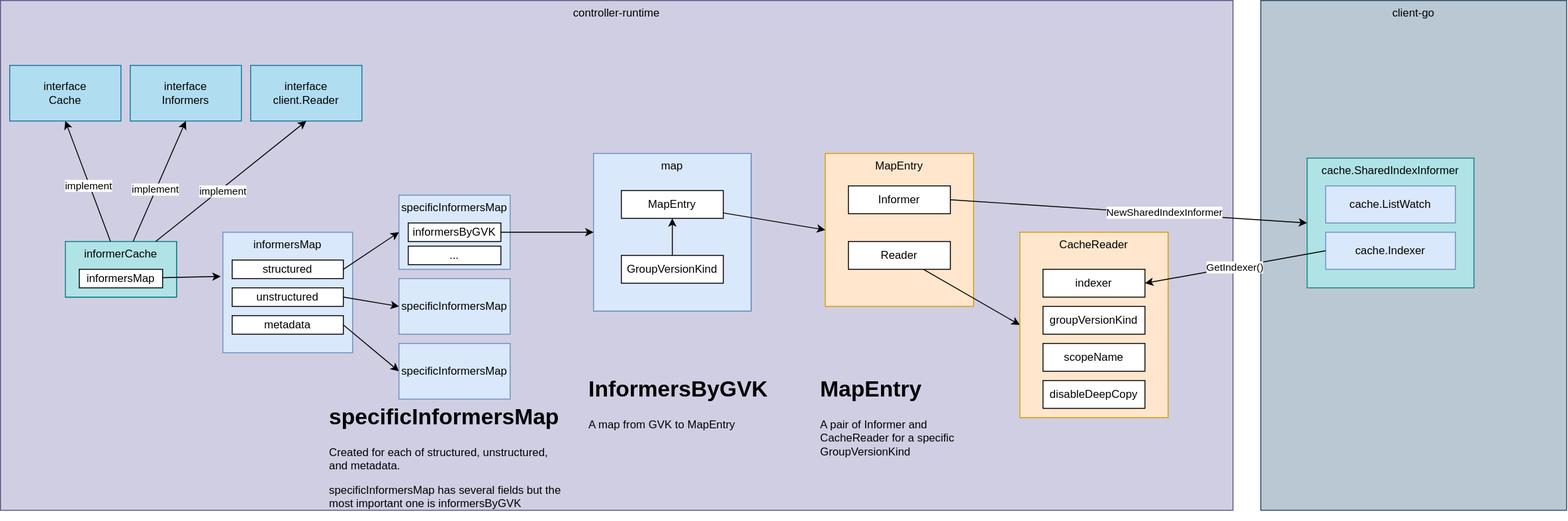
Earlier version of the draw.io export contents/kubernetes-operator/controller-runtime/cache/diagram.drawio.svg (nakamasato/kubernetes-training). Source tidied: cells renumbered, new cells last; positions are measured from the earlier drawing's top-left corner, leaving out a move shared by most shapes. Its diagram source:
```xml
<mxGraphModel>
  <root>
    <mxCell id="0" />
    <mxCell id="1" parent="0" />
    <mxCell id="2" value="client-go" style="rounded=0;whiteSpace=wrap;html=1;verticalAlign=top;fillColor=#bac8d3;strokeColor=#23445d;" parent="1" vertex="1">
      <mxGeometry x="1360" width="330" height="550" as="geometry" />
    </mxCell>
    <mxCell id="3" value="controller-runtime" style="rounded=0;whiteSpace=wrap;html=1;verticalAlign=top;fillColor=#d0cee2;strokeColor=#56517e;" parent="1" vertex="1">
      <mxGeometry width="1330" height="550" as="geometry" />
    </mxCell>
    <mxCell id="4" value="informersMap" style="rounded=0;whiteSpace=wrap;html=1;verticalAlign=top;fillColor=#dae8fc;strokeColor=#6c8ebf;" parent="1" vertex="1">
      <mxGeometry x="240" y="250" width="140" height="130" as="geometry" />
    </mxCell>
    <mxCell id="5" value="specificInformersMap" style="rounded=0;whiteSpace=wrap;html=1;verticalAlign=top;fillColor=#dae8fc;strokeColor=#6c8ebf;" parent="1" vertex="1">
      <mxGeometry x="430" y="210" width="120" height="80" as="geometry" />
    </mxCell>
    <mxCell id="6" style="edgeStyle=none;html=1;entryX=0;entryY=0.5;entryDx=0;entryDy=0;exitX=1;exitY=0.5;exitDx=0;exitDy=0;" parent="1" edge="1" source="7" target="5">
      <mxGeometry relative="1" as="geometry" />
    </mxCell>
    <mxCell id="7" value="structured" style="rounded=0;whiteSpace=wrap;html=1;" parent="1" vertex="1">
      <mxGeometry x="250" y="280" width="120" height="20" as="geometry" />
    </mxCell>
    <mxCell id="8" style="edgeStyle=none;html=1;entryX=0;entryY=0.5;entryDx=0;entryDy=0;exitX=1;exitY=0.5;exitDx=0;exitDy=0;" parent="1" edge="1" source="9" target="12">
      <mxGeometry relative="1" as="geometry" />
    </mxCell>
    <mxCell id="9" value="unstructured" style="rounded=0;whiteSpace=wrap;html=1;" parent="1" vertex="1">
      <mxGeometry x="250" y="310" width="120" height="20" as="geometry" />
    </mxCell>
    <mxCell id="10" style="edgeStyle=none;html=1;entryX=0;entryY=0.5;entryDx=0;entryDy=0;exitX=1;exitY=0.5;exitDx=0;exitDy=0;" parent="1" edge="1" source="11" target="13">
      <mxGeometry relative="1" as="geometry" />
    </mxCell>
    <mxCell id="11" value="metadata" style="rounded=0;whiteSpace=wrap;html=1;" parent="1" vertex="1">
      <mxGeometry x="250" y="340" width="120" height="20" as="geometry" />
    </mxCell>
    <mxCell id="12" value="specificInformersMap" style="rounded=0;whiteSpace=wrap;html=1;fillColor=#dae8fc;strokeColor=#6c8ebf;" parent="1" vertex="1">
      <mxGeometry x="430" y="300" width="120" height="60" as="geometry" />
    </mxCell>
    <mxCell id="13" value="specificInformersMap" style="rounded=0;whiteSpace=wrap;html=1;fillColor=#dae8fc;strokeColor=#6c8ebf;" parent="1" vertex="1">
      <mxGeometry x="430" y="370" width="120" height="60" as="geometry" />
    </mxCell>
    <mxCell id="14" value="informersByGVK" style="rounded=0;whiteSpace=wrap;html=1;" parent="1" vertex="1">
      <mxGeometry x="440" y="240" width="100" height="20" as="geometry" />
    </mxCell>
    <mxCell id="15" value="x" style="group;fillColor=#dae8fc;strokeColor=#6c8ebf;" parent="1" vertex="1">
      <mxGeometry x="640" y="165" width="170" height="170" as="geometry" />
    </mxCell>
    <mxCell id="16" value="map" style="rounded=0;whiteSpace=wrap;html=1;verticalAlign=top;fillColor=#dae8fc;strokeColor=#6c8ebf;" parent="15" vertex="1">
      <mxGeometry width="170" height="170" as="geometry" />
    </mxCell>
    <mxCell id="17" value="MapEntry" style="rounded=0;whiteSpace=wrap;html=1;" parent="15" vertex="1">
      <mxGeometry x="30" y="40" width="110" height="30" as="geometry" />
    </mxCell>
    <mxCell id="18" value="GroupVersionKind" style="rounded=0;whiteSpace=wrap;html=1;" parent="15" vertex="1">
      <mxGeometry x="30" y="110" width="110" height="30" as="geometry" />
    </mxCell>
    <mxCell id="19" style="edgeStyle=none;html=1;entryX=0;entryY=0.5;entryDx=0;entryDy=0;exitX=1;exitY=0.5;exitDx=0;exitDy=0;" parent="15" edge="1" source="14" target="16">
      <mxGeometry relative="1" as="geometry" />
    </mxCell>
    <mxCell id="20" style="edgeStyle=none;html=1;" parent="15" edge="1" source="18" target="17">
      <mxGeometry relative="1" as="geometry" />
    </mxCell>
    <mxCell id="21" value="MapEntry" style="rounded=0;whiteSpace=wrap;html=1;verticalAlign=top;fillColor=#ffe6cc;strokeColor=#d79b00;" parent="1" vertex="1">
      <mxGeometry x="890" y="165" width="160" height="165" as="geometry" />
    </mxCell>
    <mxCell id="22" style="edgeStyle=none;html=1;entryX=0;entryY=0.5;entryDx=0;entryDy=0;exitX=1;exitY=0.5;exitDx=0;exitDy=0;" parent="1" edge="1" source="24" target="33">
      <mxGeometry relative="1" as="geometry" />
    </mxCell>
    <mxCell id="23" value="NewSharedIndexInformer" style="edgeLabel;html=1;align=center;verticalAlign=middle;" parent="22" vertex="1">
      <mxGeometry x="0.2" y="1" relative="1" as="geometry" />
    </mxCell>
    <mxCell id="24" value="Informer" style="rounded=0;whiteSpace=wrap;html=1;" parent="1" vertex="1">
      <mxGeometry x="915" y="200" width="110" height="30" as="geometry" />
    </mxCell>
    <mxCell id="25" style="edgeStyle=none;html=1;entryX=0;entryY=0.5;entryDx=0;entryDy=0;" parent="1" edge="1" source="26" target="28">
      <mxGeometry relative="1" as="geometry" />
    </mxCell>
    <mxCell id="26" value="Reader" style="rounded=0;whiteSpace=wrap;html=1;" parent="1" vertex="1">
      <mxGeometry x="915" y="260" width="110" height="30" as="geometry" />
    </mxCell>
    <mxCell id="27" style="edgeStyle=none;html=1;entryX=0;entryY=0.5;entryDx=0;entryDy=0;" parent="1" edge="1" source="17" target="21">
      <mxGeometry relative="1" as="geometry" />
    </mxCell>
    <mxCell id="28" value="CacheReader" style="rounded=0;whiteSpace=wrap;html=1;verticalAlign=top;fillColor=#ffe6cc;strokeColor=#d79b00;" parent="1" vertex="1">
      <mxGeometry x="1100" y="250" width="160" height="200" as="geometry" />
    </mxCell>
    <mxCell id="29" value="indexer" style="rounded=0;whiteSpace=wrap;html=1;" parent="1" vertex="1">
      <mxGeometry x="1125" y="290" width="110" height="30" as="geometry" />
    </mxCell>
    <mxCell id="30" value="groupVersionKind" style="rounded=0;whiteSpace=wrap;html=1;" parent="1" vertex="1">
      <mxGeometry x="1125" y="330" width="110" height="30" as="geometry" />
    </mxCell>
    <mxCell id="31" value="scopeName" style="rounded=0;whiteSpace=wrap;html=1;" parent="1" vertex="1">
      <mxGeometry x="1125" y="370" width="110" height="30" as="geometry" />
    </mxCell>
    <mxCell id="32" value="disableDeepCopy" style="rounded=0;whiteSpace=wrap;html=1;" parent="1" vertex="1">
      <mxGeometry x="1125" y="410" width="110" height="30" as="geometry" />
    </mxCell>
    <mxCell id="33" value="cache.SharedIndexInformer" style="rounded=0;whiteSpace=wrap;html=1;verticalAlign=top;fillColor=#b0e3e6;strokeColor=#0e8088;" parent="1" vertex="1">
      <mxGeometry x="1410" y="170" width="180" height="140" as="geometry" />
    </mxCell>
    <mxCell id="34" value="cache.Indexer" style="rounded=0;whiteSpace=wrap;html=1;verticalAlign=middle;fillColor=#dae8fc;strokeColor=#6c8ebf;" parent="1" vertex="1">
      <mxGeometry x="1430" y="250" width="140" height="40" as="geometry" />
    </mxCell>
    <mxCell id="35" style="group;fillColor=#b0e3e6;strokeColor=#0e8088;" parent="1" vertex="1">
      <mxGeometry x="70" y="260" width="120" height="60" as="geometry" />
    </mxCell>
    <mxCell id="36" value="informerCache" style="rounded=0;whiteSpace=wrap;html=1;verticalAlign=top;fillColor=#b0e3e6;strokeColor=#0e8088;" parent="35" vertex="1">
      <mxGeometry width="120" height="60" as="geometry" />
    </mxCell>
    <mxCell id="37" value="informersMap" style="rounded=0;whiteSpace=wrap;html=1;" parent="35" vertex="1">
      <mxGeometry x="15" y="30" width="90" height="20" as="geometry" />
    </mxCell>
    <mxCell id="38" style="edgeStyle=none;html=1;entryX=-0.017;entryY=0.367;entryDx=0;entryDy=0;entryPerimeter=0;" parent="1" edge="1" source="37" target="4">
      <mxGeometry relative="1" as="geometry" />
    </mxCell>
    <mxCell id="39" value="interface&lt;br&gt;Cache" style="rounded=0;whiteSpace=wrap;html=1;fillColor=#b1ddf0;strokeColor=#10739e;" parent="1" vertex="1">
      <mxGeometry x="10" y="70" width="120" height="60" as="geometry" />
    </mxCell>
    <mxCell id="40" value="interface&lt;br&gt;Informers" style="rounded=0;whiteSpace=wrap;html=1;fillColor=#b1ddf0;strokeColor=#10739e;" parent="1" vertex="1">
      <mxGeometry x="140" y="70" width="120" height="60" as="geometry" />
    </mxCell>
    <mxCell id="41" value="interface&lt;br&gt;client.Reader" style="rounded=0;whiteSpace=wrap;html=1;fillColor=#b1ddf0;strokeColor=#10739e;" parent="1" vertex="1">
      <mxGeometry x="270" y="70" width="120" height="60" as="geometry" />
    </mxCell>
    <mxCell id="42" style="edgeStyle=none;html=1;entryX=0.5;entryY=1;entryDx=0;entryDy=0;" parent="1" edge="1" source="36" target="40">
      <mxGeometry relative="1" as="geometry" />
    </mxCell>
    <mxCell id="43" value="implement" style="edgeLabel;html=1;align=center;verticalAlign=middle;" parent="42" vertex="1">
      <mxGeometry x="-0.14" y="1" relative="1" as="geometry" />
    </mxCell>
    <mxCell id="44" style="edgeStyle=none;html=1;entryX=0.5;entryY=1;entryDx=0;entryDy=0;" parent="1" edge="1" source="36" target="39">
      <mxGeometry relative="1" as="geometry" />
    </mxCell>
    <mxCell id="45" value="implement" style="edgeLabel;html=1;align=center;verticalAlign=middle;" parent="44" vertex="1">
      <mxGeometry x="-0.06" y="1" relative="1" as="geometry" />
    </mxCell>
    <mxCell id="46" style="edgeStyle=none;html=1;entryX=0.5;entryY=1;entryDx=0;entryDy=0;" parent="1" edge="1" source="36" target="41">
      <mxGeometry relative="1" as="geometry" />
    </mxCell>
    <mxCell id="47" value="implement" style="edgeLabel;html=1;align=center;verticalAlign=middle;" parent="46" vertex="1">
      <mxGeometry x="-0.13" y="-2" relative="1" as="geometry" />
    </mxCell>
    <mxCell id="48" value="..." style="rounded=0;whiteSpace=wrap;html=1;" parent="1" vertex="1">
      <mxGeometry x="440" y="265" width="100" height="20" as="geometry" />
    </mxCell>
    <mxCell id="49" value="&lt;h1&gt;MapEntry&lt;/h1&gt;&lt;p&gt;A pair of Informer and CacheReader for a specific GroupVersionKind&lt;/p&gt;" style="text;html=1;strokeColor=none;fillColor=none;spacing=5;spacingTop=-20;whiteSpace=wrap;overflow=hidden;rounded=0;" parent="1" vertex="1">
      <mxGeometry x="880" y="400" width="190" height="120" as="geometry" />
    </mxCell>
    <mxCell id="50" value="&lt;h1&gt;InformersByGVK&lt;/h1&gt;&lt;p&gt;A map from GVK to MapEntry&lt;/p&gt;" style="text;html=1;strokeColor=none;fillColor=none;spacing=5;spacingTop=-20;whiteSpace=wrap;overflow=hidden;rounded=0;" parent="1" vertex="1">
      <mxGeometry x="630" y="400" width="210" height="100" as="geometry" />
    </mxCell>
    <mxCell id="51" value="&lt;h1&gt;specificInformersMap&lt;/h1&gt;&lt;p&gt;Created for each of structured, unstructured, and metadata.&lt;/p&gt;&lt;p&gt;specificInformersMap has several fields but the most important one is informersByGVK&lt;/p&gt;" style="text;html=1;strokeColor=none;fillColor=none;spacing=5;spacingTop=-20;whiteSpace=wrap;overflow=hidden;rounded=0;" parent="1" vertex="1">
      <mxGeometry x="350" y="430" width="260" height="130" as="geometry" />
    </mxCell>
    <mxCell id="52" value="GetIndexer()" style="edgeStyle=none;html=1;entryX=1;entryY=0.5;entryDx=0;entryDy=0;exitX=0;exitY=0.5;exitDx=0;exitDy=0;" parent="1" edge="1" source="34" target="29">
      <mxGeometry relative="1" as="geometry" />
    </mxCell>
    <mxCell id="53" value="cache.ListWatch" style="rounded=0;whiteSpace=wrap;html=1;verticalAlign=middle;fillColor=#dae8fc;strokeColor=#6c8ebf;" parent="1" vertex="1">
      <mxGeometry x="1430" y="200" width="140" height="40" as="geometry" />
    </mxCell>
  </root>
</mxGraphModel>
```
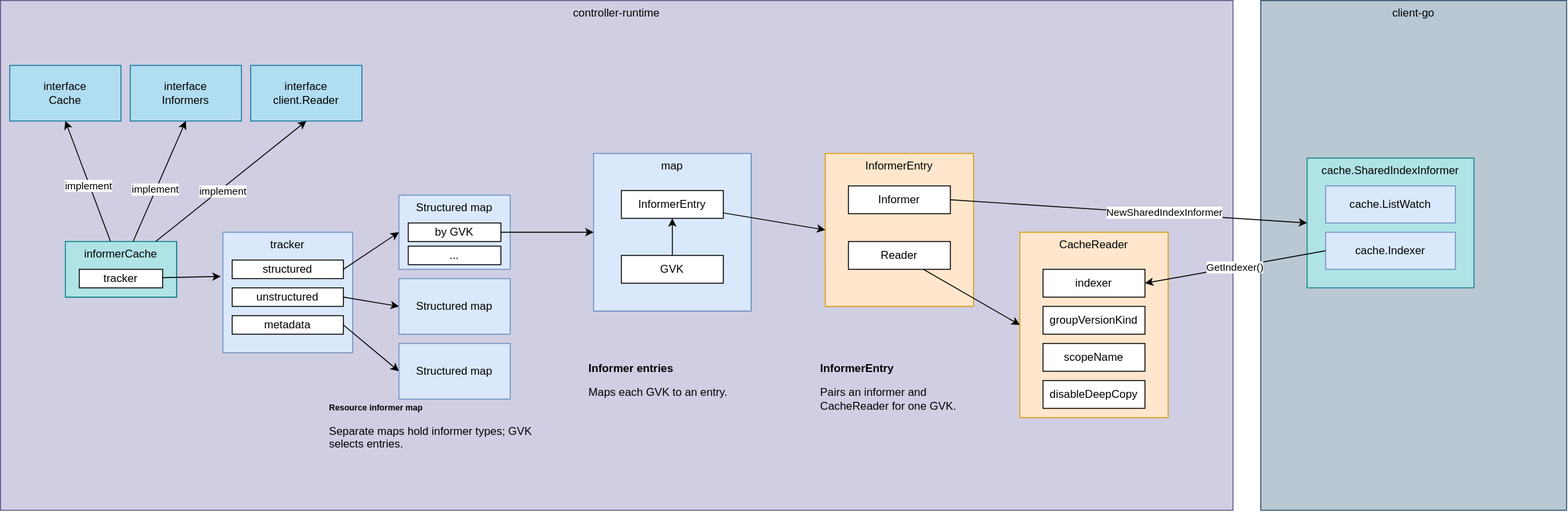
Above is the later version.

What changed in the source:
```diff
@@ -8,10 +8,10 @@
     <mxCell id="3" value="controller-runtime" style="rounded=0;whiteSpace=wrap;html=1;verticalAlign=top;fillColor=#d0cee2;strokeColor=#56517e;" parent="1" vertex="1">
       <mxGeometry width="1330" height="550" as="geometry" />
     </mxCell>
-    <mxCell id="4" value="informersMap" style="rounded=0;whiteSpace=wrap;html=1;verticalAlign=top;fillColor=#dae8fc;strokeColor=#6c8ebf;" parent="1" vertex="1">
+    <mxCell id="4" value="tracker" style="rounded=0;whiteSpace=wrap;html=1;verticalAlign=top;fillColor=#dae8fc;strokeColor=#6c8ebf;" parent="1" vertex="1">
       <mxGeometry x="240" y="250" width="140" height="130" as="geometry" />
     </mxCell>
-    <mxCell id="5" value="specificInformersMap" style="rounded=0;whiteSpace=wrap;html=1;verticalAlign=top;fillColor=#dae8fc;strokeColor=#6c8ebf;" parent="1" vertex="1">
+    <mxCell id="5" value="Structured map" style="rounded=0;whiteSpace=wrap;html=1;verticalAlign=top;fillColor=#dae8fc;strokeColor=#6c8ebf;" parent="1" vertex="1">
       <mxGeometry x="430" y="210" width="120" height="80" as="geometry" />
     </mxCell>
     <mxCell id="6" style="edgeStyle=none;html=1;entryX=0;entryY=0.5;entryDx=0;entryDy=0;exitX=1;exitY=0.5;exitDx=0;exitDy=0;" parent="1" edge="1" source="7" target="5">
@@ -32,13 +32,13 @@
     <mxCell id="11" value="metadata" style="rounded=0;whiteSpace=wrap;html=1;" parent="1" vertex="1">
       <mxGeometry x="250" y="340" width="120" height="20" as="geometry" />
     </mxCell>
-    <mxCell id="12" value="specificInformersMap" style="rounded=0;whiteSpace=wrap;html=1;fillColor=#dae8fc;strokeColor=#6c8ebf;" parent="1" vertex="1">
+    <mxCell id="12" value="Unstructured map" style="rounded=0;whiteSpace=wrap;html=1;fillColor=#dae8fc;strokeColor=#6c8ebf;" parent="1" vertex="1">
       <mxGeometry x="430" y="300" width="120" height="60" as="geometry" />
     </mxCell>
-    <mxCell id="13" value="specificInformersMap" style="rounded=0;whiteSpace=wrap;html=1;fillColor=#dae8fc;strokeColor=#6c8ebf;" parent="1" vertex="1">
+    <mxCell id="13" value="Metadata map" style="rounded=0;whiteSpace=wrap;html=1;fillColor=#dae8fc;strokeColor=#6c8ebf;" parent="1" vertex="1">
       <mxGeometry x="430" y="370" width="120" height="60" as="geometry" />
     </mxCell>
-    <mxCell id="14" value="informersByGVK" style="rounded=0;whiteSpace=wrap;html=1;" parent="1" vertex="1">
+    <mxCell id="14" value="by GVK" style="rounded=0;whiteSpace=wrap;html=1;" parent="1" vertex="1">
       <mxGeometry x="440" y="240" width="100" height="20" as="geometry" />
     </mxCell>
     <mxCell id="15" value="x" style="group;fillColor=#dae8fc;strokeColor=#6c8ebf;" parent="1" vertex="1">
@@ -47,10 +47,10 @@
     <mxCell id="16" value="map" style="rounded=0;whiteSpace=wrap;html=1;verticalAlign=top;fillColor=#dae8fc;strokeColor=#6c8ebf;" parent="15" vertex="1">
       <mxGeometry width="170" height="170" as="geometry" />
     </mxCell>
-    <mxCell id="17" value="MapEntry" style="rounded=0;whiteSpace=wrap;html=1;" parent="15" vertex="1">
+    <mxCell id="17" value="Informer + Reader" style="rounded=0;whiteSpace=wrap;html=1;" parent="15" vertex="1">
       <mxGeometry x="30" y="40" width="110" height="30" as="geometry" />
     </mxCell>
-    <mxCell id="18" value="GroupVersionKind" style="rounded=0;whiteSpace=wrap;html=1;" parent="15" vertex="1">
+    <mxCell id="18" value="GVK" style="rounded=0;whiteSpace=wrap;html=1;" parent="15" vertex="1">
       <mxGeometry x="30" y="110" width="110" height="30" as="geometry" />
     </mxCell>
     <mxCell id="19" style="edgeStyle=none;html=1;entryX=0;entryY=0.5;entryDx=0;entryDy=0;exitX=1;exitY=0.5;exitDx=0;exitDy=0;" parent="15" edge="1" source="14" target="16">
@@ -59,7 +59,7 @@
     <mxCell id="20" style="edgeStyle=none;html=1;" parent="15" edge="1" source="18" target="17">
       <mxGeometry relative="1" as="geometry" />
     </mxCell>
-    <mxCell id="21" value="MapEntry" style="rounded=0;whiteSpace=wrap;html=1;verticalAlign=top;fillColor=#ffe6cc;strokeColor=#d79b00;" parent="1" vertex="1">
+    <mxCell id="21" value="Informer + Reader" style="rounded=0;whiteSpace=wrap;html=1;verticalAlign=top;fillColor=#ffe6cc;strokeColor=#d79b00;" parent="1" vertex="1">
       <mxGeometry x="890" y="165" width="160" height="165" as="geometry" />
     </mxCell>
     <mxCell id="22" style="edgeStyle=none;html=1;entryX=0;entryY=0.5;entryDx=0;entryDy=0;exitX=1;exitY=0.5;exitDx=0;exitDy=0;" parent="1" edge="1" source="24" target="33">
@@ -143,13 +143,13 @@
     <mxCell id="48" value="..." style="rounded=0;whiteSpace=wrap;html=1;" parent="1" vertex="1">
       <mxGeometry x="440" y="265" width="100" height="20" as="geometry" />
     </mxCell>
-    <mxCell id="49" value="&lt;h1&gt;MapEntry&lt;/h1&gt;&lt;p&gt;A pair of Informer and CacheReader for a specific GroupVersionKind&lt;/p&gt;" style="text;html=1;strokeColor=none;fillColor=none;spacing=5;spacingTop=-20;whiteSpace=wrap;overflow=hidden;rounded=0;" parent="1" vertex="1">
+    <mxCell id="49" value="&lt;div style=&quot;font-size:12px;font-weight:bold;line-height:1.2;margin:0 0 4px 0;&quot;&gt;Informer entry&lt;/div&gt;&lt;p&gt;Pairs an informer and CacheReader for one GVK.&lt;/p&gt;" style="text;html=1;strokeColor=none;fillColor=none;spacing=5;spacingTop=-20;whiteSpace=wrap;overflow=hidden;rounded=0;" parent="1" vertex="1">
       <mxGeometry x="880" y="400" width="190" height="120" as="geometry" />
     </mxCell>
-    <mxCell id="50" value="&lt;h1&gt;InformersByGVK&lt;/h1&gt;&lt;p&gt;A map from GVK to MapEntry&lt;/p&gt;" style="text;html=1;strokeColor=none;fillColor=none;spacing=5;spacingTop=-20;whiteSpace=wrap;overflow=hidden;rounded=0;" parent="1" vertex="1">
+    <mxCell id="50" value="GVK to entry" style="text;html=1;strokeColor=none;fillColor=none;spacing=5;spacingTop=-20;whiteSpace=wrap;overflow=hidden;rounded=0;" parent="1" vertex="1">
       <mxGeometry x="630" y="400" width="210" height="100" as="geometry" />
     </mxCell>
-    <mxCell id="51" value="&lt;h1&gt;specificInformersMap&lt;/h1&gt;&lt;p&gt;Created for each of structured, unstructured, and metadata.&lt;/p&gt;&lt;p&gt;specificInformersMap has several fields but the most important one is informersByGVK&lt;/p&gt;" style="text;html=1;strokeColor=none;fillColor=none;spacing=5;spacingTop=-20;whiteSpace=wrap;overflow=hidden;rounded=0;" parent="1" vertex="1">
+    <mxCell id="51" value="&lt;div style=&quot;font-size:9px;font-weight:bold;line-height:1.2;margin:0 0 4px 0;&quot;&gt;Resource informer map&lt;/div&gt;&lt;p&gt;Separate maps hold informer types; GVK selects entries.&lt;/p&gt;" style="text;html=1;strokeColor=none;fillColor=none;spacing=5;spacingTop=-20;whiteSpace=wrap;overflow=hidden;rounded=0;" parent="1" vertex="1">
       <mxGeometry x="350" y="430" width="260" height="130" as="geometry" />
     </mxCell>
     <mxCell id="52" value="GetIndexer()" style="edgeStyle=none;html=1;entryX=1;entryY=0.5;entryDx=0;entryDy=0;exitX=0;exitY=0.5;exitDx=0;exitDy=0;" parent="1" edge="1" source="34" target="29">
```
